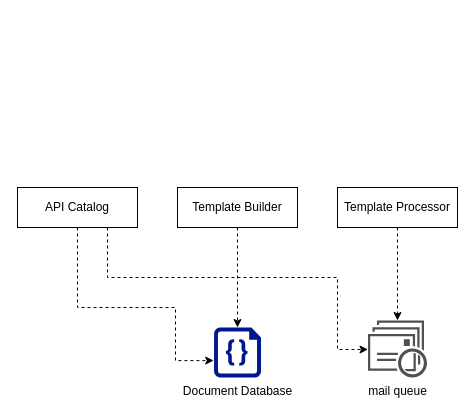
The draw.io diagram concept/mail-spaghetti.drawio in mohammadchehab/mail-spaghetti, before the edit. Source tidied: cells renumbered, new cells numbered last; positions are measured from the earlier drawing's top-left corner, leaving out a move shared by most shapes. Both pictures are drawn from the tidied source at 100%, with x=0, y=0 at pixel (17, 187).
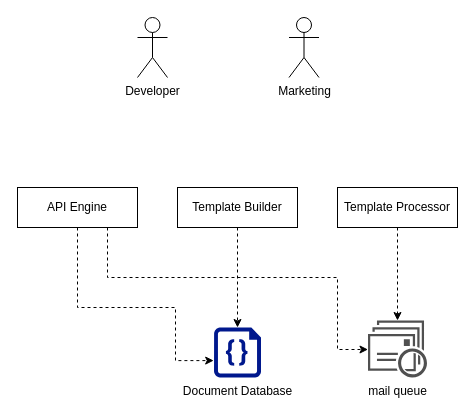
The same page after the edit.

The edit, as a diff of the source:
```diff
@@
 <mxGraphModel>
   <root>
     <mxCell id="0" />
     <mxCell id="1" parent="0" />
     <mxCell id="2" style="edgeStyle=orthogonalEdgeStyle;rounded=0;jettySize=auto;html=1;entryX=0.5;entryY=0;entryDx=0;entryDy=0;entryPerimeter=0;dashed=1;" parent="1" edge="1" source="3" target="7">
       <mxGeometry relative="1" as="geometry" />
     </mxCell>
     <mxCell id="3" value="Template Builder" style="rounded=0;whiteSpace=wrap;html=1;" parent="1" vertex="1">
       <mxGeometry x="160" width="120" height="40" as="geometry" />
     </mxCell>
     <mxCell id="4" value="mail queue" style="shadow=0;dashed=0;html=1;strokeColor=none;fillColor=#505050;labelPosition=center;verticalLabelPosition=bottom;verticalAlign=top;outlineConnect=0;align=center;shape=mxgraph.office.communications.queue_viewer;" parent="1" vertex="1">
       <mxGeometry x="350.5" y="133" width="59" height="57" as="geometry" />
     </mxCell>
     <mxCell id="5" style="edgeStyle=orthogonalEdgeStyle;rounded=0;jettySize=auto;html=1;dashed=1;" parent="1" edge="1" source="6" target="4">
       <mxGeometry relative="1" as="geometry" />
     </mxCell>
     <mxCell id="6" value="Template Processor" style="rounded=0;whiteSpace=wrap;html=1;" parent="1" vertex="1">
       <mxGeometry x="320" width="120" height="40" as="geometry" />
     </mxCell>
     <mxCell id="7" value="Document Database" style="shadow=0;dashed=0;html=1;strokeColor=none;labelPosition=center;verticalLabelPosition=bottom;verticalAlign=top;align=center;fillColor=#00188D;shape=mxgraph.azure.code_file;" parent="1" vertex="1">
       <mxGeometry x="196.5" y="140" width="47" height="50" as="geometry" />
     </mxCell>
     <mxCell id="8" style="edgeStyle=orthogonalEdgeStyle;rounded=0;jettySize=auto;html=1;entryX=-0.007;entryY=0.662;entryDx=0;entryDy=0;entryPerimeter=0;dashed=1;" parent="1" edge="1" source="10" target="7">
       <mxGeometry relative="1" as="geometry">
         <Array as="points">
           <mxPoint x="60" y="120" />
           <mxPoint x="158" y="120" />
           <mxPoint x="158" y="173" />
         </Array>
       </mxGeometry>
     </mxCell>
     <mxCell id="9" style="edgeStyle=orthogonalEdgeStyle;rounded=0;jettySize=auto;html=1;dashed=1;" parent="1" edge="1" source="10" target="4">
       <mxGeometry relative="1" as="geometry">
         <Array as="points">
           <mxPoint x="90" y="90" />
           <mxPoint x="320" y="90" />
           <mxPoint x="320" y="162" />
         </Array>
       </mxGeometry>
     </mxCell>
-    <mxCell id="10" value="API Catalog" style="rounded=0;whiteSpace=wrap;html=1;" parent="1" vertex="1">
+    <mxCell id="10" value="API Engine" style="rounded=0;whiteSpace=wrap;html=1;" parent="1" vertex="1">
       <mxGeometry width="120" height="40" as="geometry" />
     </mxCell>
+    <mxCell id="11" value="Developer" style="shape=umlActor;verticalLabelPosition=bottom;verticalAlign=top;html=1;" parent="1" vertex="1">
+      <mxGeometry x="120" y="-170" width="30" height="60" as="geometry" />
+    </mxCell>
+    <mxCell id="12" value="Marketing" style="shape=umlActor;verticalLabelPosition=bottom;verticalAlign=top;html=1;" parent="1" vertex="1">
+      <mxGeometry x="271.5" y="-170" width="30" height="60" as="geometry" />
+    </mxCell>
   </root>
 </mxGraphModel>
```
